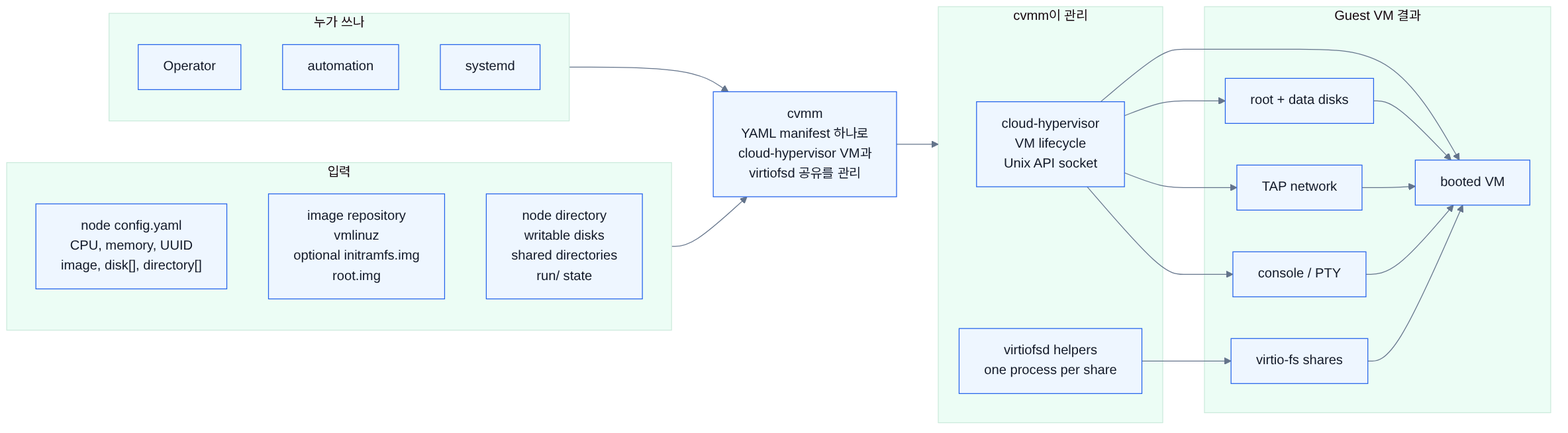
Earlier version of the Mermaid export docs/diagrams/project-purpose.png (spi-ca/cvmm). Its source is kept beside it as docs/diagrams/project-purpose.mmd. Source of this version:
```mermaid
flowchart LR
    subgraph users["누가 쓰나"]
        operator["Operator"]
        automation["automation"]
        systemd["systemd"]
    end

    purpose["cvmm\nYAML manifest 하나로\ncloud-hypervisor VM과\nvirtiofsd 공유를 관리"]

    subgraph inputs["입력"]
        manifest["node config.yaml\nCPU, memory, UUID\nimage, disk[], directory[]"]
        images["image repository\nvmlinuz\noptional initramfs.img\nroot.img"]
        nodeFiles["node directory\nwritable disks\nshared directories\nrun/ state"]
    end

    subgraph manages["cvmm이 관리"]
        ch["cloud-hypervisor\nVM lifecycle\nUnix API socket"]
        vfs["virtiofsd helpers\none process per share"]
    end

    subgraph output["Guest VM 결과"]
        vm["booted VM"]
        disks["root + data disks"]
        shares["virtio-fs shares"]
        network["TAP network"]
        console["console / PTY"]
    end

    users --> purpose
    inputs --> purpose
    purpose --> manages
    ch --> vm
    ch --> disks
    ch --> network
    ch --> console
    vfs --> shares
    disks --> vm
    shares --> vm
    network --> vm
    console --> vm
```
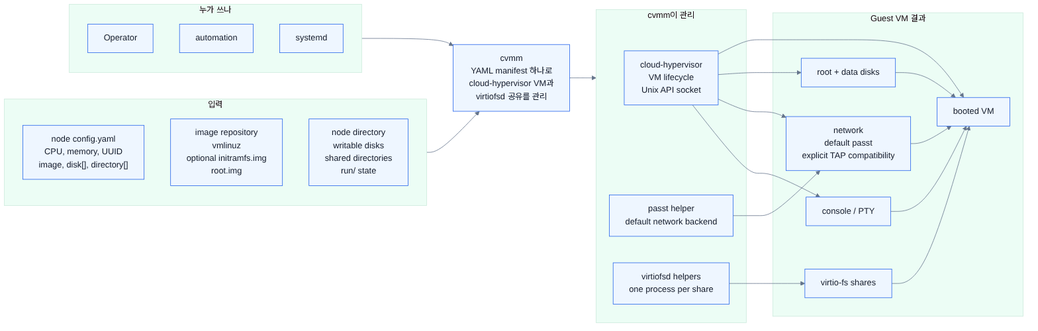
Above is the later version.

Change to the diagram source:
```diff
@@ -15,6 +15,7 @@
 
     subgraph manages["cvmm이 관리"]
         ch["cloud-hypervisor\nVM lifecycle\nUnix API socket"]
+        passt["passt helper\ndefault network backend"]
         vfs["virtiofsd helpers\none process per share"]
     end
 
@@ -22,7 +23,7 @@
         vm["booted VM"]
         disks["root + data disks"]
         shares["virtio-fs shares"]
-        network["TAP network"]
+        network["network\ndefault passt\nexplicit TAP compatibility"]
         console["console / PTY"]
     end
 
@@ -32,6 +33,7 @@
     ch --> vm
     ch --> disks
     ch --> network
+    passt --> network
     ch --> console
     vfs --> shares
     disks --> vm
```
